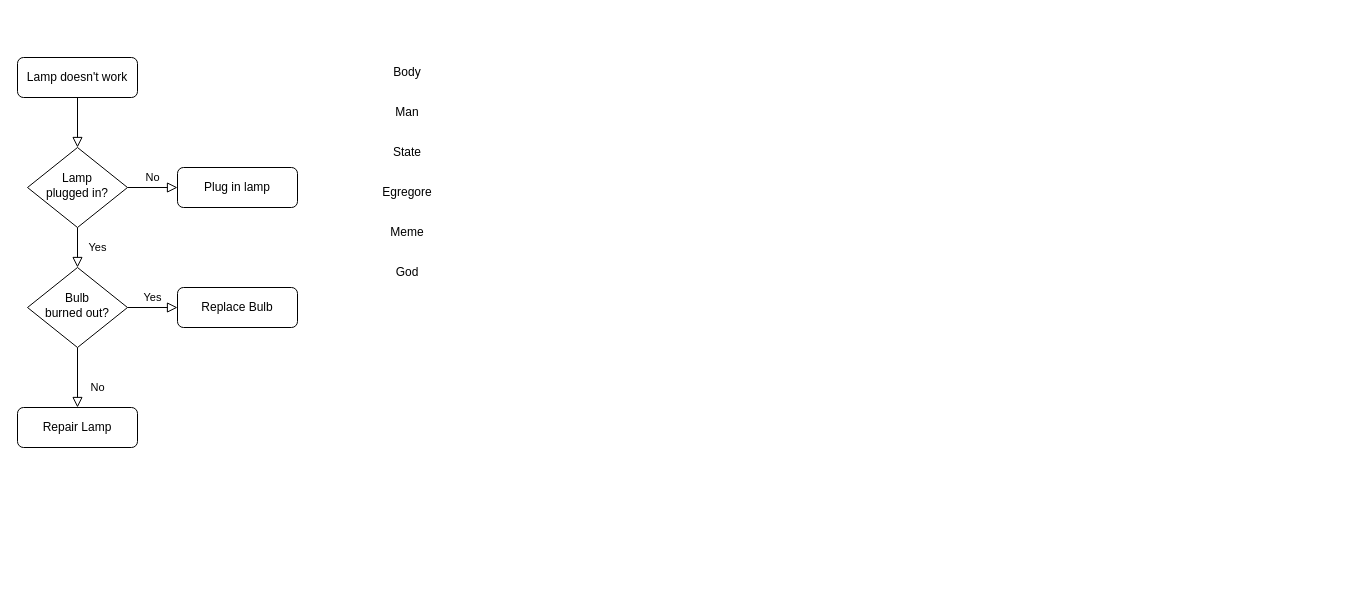
Magiferex/philosophy keeps this draw.io diagram as my_thoughts.drawio. Above is the earlier version. Source tidied: cells renumbered, new cells numbered last; positions are measured from the earlier drawing's top-left corner, leaving out a move shared by most shapes. Both pictures are drawn from the tidied source at 100%, with x=0, y=0 at pixel (17, 57).
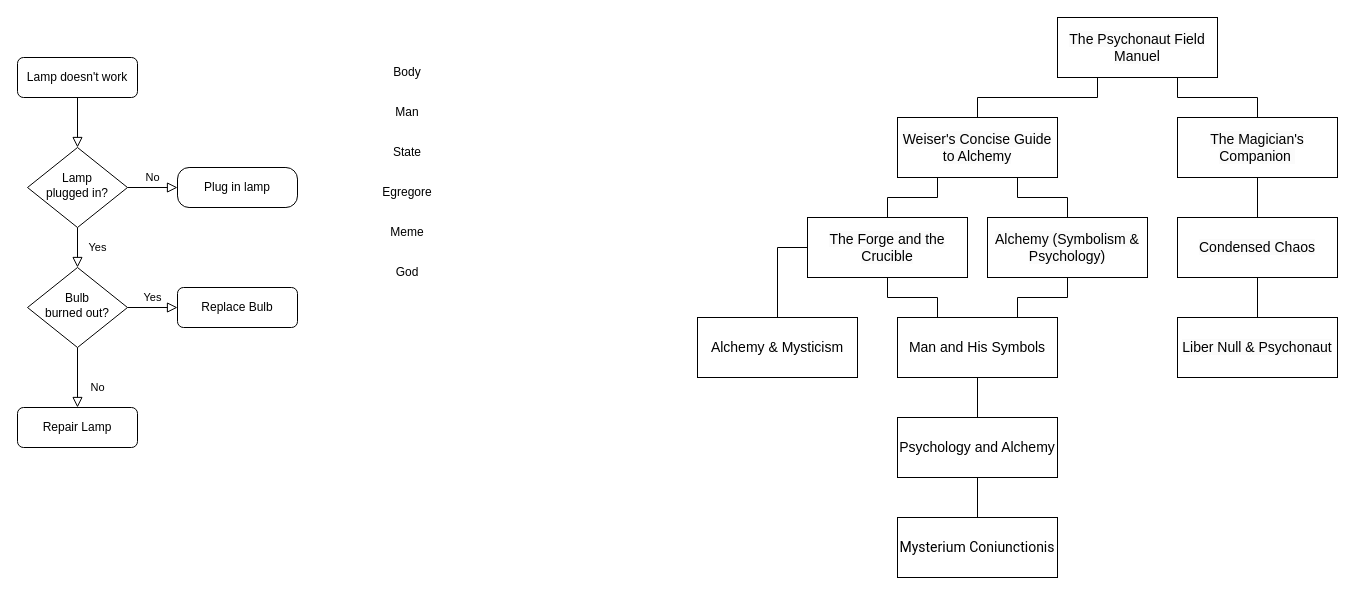
Above is the later version.

What changed in the source:
```diff
@@
-    <mxCell id="7" value="Plug in lamp" style="rounded=1;whiteSpace=wrap;html=1;fontSize=12;glass=0;strokeWidth=1;shadow=0;" parent="1" vertex="1">
+    <mxCell id="7" value="Plug in lamp" style="rounded=1;whiteSpace=wrap;html=1;fontSize=12;glass=0;strokeWidth=1;shadow=0;arcSize=29;" parent="1" vertex="1">
       <mxGeometry x="160" y="110" width="120" height="40" as="geometry" />
     </mxCell>
@@
+    <mxCell id="19" value="&lt;span style=&quot;caret-color: rgb(0, 0, 0); color: rgb(0, 0, 0); font-family: Helvetica; font-size: 14px; font-style: normal; font-variant-caps: normal; font-weight: 400; letter-spacing: normal; orphans: auto; text-align: center; text-indent: 0px; text-transform: none; white-space: normal; widows: auto; word-spacing: 0px; -webkit-text-stroke-width: 0px; background-color: rgb(251, 251, 251); text-decoration: none; display: inline !important; float: none;&quot;&gt;The Psychonaut Field Manuel&lt;/span&gt;" style="rounded=0;whiteSpace=wrap;html=1;points=[[0,0,0,0,0],[0,0.25,0,0,0],[0,0.5,0,0,0],[0,0.75,0,0,0],[0,1,0,0,0],[0.25,0,0,0,0],[0.25,1,0,0,0],[0.5,0,0,0,0],[0.5,1,0,0,0],[0.75,0,0,0,0],[0.75,1,0,0,0],[1,0,0,0,0],[1,0.25,0,0,0],[1,0.5,0,0,0],[1,0.75,0,0,0],[1,1,0,0,0]];" parent="1" vertex="1">
+      <mxGeometry x="1040" y="-40" width="160" height="60" as="geometry" />
+    </mxCell>
+    <mxCell id="20" value="&lt;span style=&quot;caret-color: rgb(0, 0, 0); color: rgb(0, 0, 0); font-family: Helvetica; font-size: 14px; font-style: normal; font-variant-caps: normal; font-weight: 400; letter-spacing: normal; orphans: auto; text-align: center; text-indent: 0px; text-transform: none; white-space: normal; widows: auto; word-spacing: 0px; -webkit-text-stroke-width: 0px; background-color: rgb(251, 251, 251); text-decoration: none; display: inline !important; float: none;&quot;&gt;Liber Null &amp;amp; Psychonaut&lt;/span&gt;" style="rounded=0;whiteSpace=wrap;html=1;" parent="1" vertex="1">
+      <mxGeometry x="1160" y="260" width="160" height="60" as="geometry" />
+    </mxCell>
+    <mxCell id="21" value="&lt;span style=&quot;caret-color: rgb(0, 0, 0); color: rgb(0, 0, 0); font-family: Helvetica; font-size: 14px; font-style: normal; font-variant-caps: normal; font-weight: 400; letter-spacing: normal; orphans: auto; text-align: center; text-indent: 0px; text-transform: none; white-space: normal; widows: auto; word-spacing: 0px; -webkit-text-stroke-width: 0px; background-color: rgb(251, 251, 251); text-decoration: none; display: inline !important; float: none;&quot;&gt;The Forge and the Crucible&lt;/span&gt;" style="rounded=0;whiteSpace=wrap;html=1;" parent="1" vertex="1">
+      <mxGeometry x="790" y="160" width="160" height="60" as="geometry" />
+    </mxCell>
+    <mxCell id="22" value="&lt;span style=&quot;caret-color: rgb(0, 0, 0); color: rgb(0, 0, 0); font-family: Helvetica; font-size: 14px; font-style: normal; font-variant-caps: normal; font-weight: 400; letter-spacing: normal; orphans: auto; text-align: center; text-indent: 0px; text-transform: none; white-space: normal; widows: auto; word-spacing: 0px; -webkit-text-stroke-width: 0px; background-color: rgb(251, 251, 251); text-decoration: none; display: inline !important; float: none;&quot;&gt;The Magician's Companion&amp;nbsp;&lt;/span&gt;" style="rounded=0;whiteSpace=wrap;html=1;" parent="1" vertex="1">
+      <mxGeometry x="1160" y="60" width="160" height="60" as="geometry" />
+    </mxCell>
+    <mxCell id="23" value="&lt;span style=&quot;font-size: 14px;&quot;&gt;Man and His Symbols&lt;/span&gt;" style="rounded=0;whiteSpace=wrap;html=1;" parent="1" vertex="1">
+      <mxGeometry x="880" y="260" width="160" height="60" as="geometry" />
+    </mxCell>
+    <mxCell id="24" value="&lt;span style=&quot;font-size: 14px;&quot;&gt;Psychology and Alchemy&lt;/span&gt;" style="rounded=0;whiteSpace=wrap;html=1;" parent="1" vertex="1">
+      <mxGeometry x="880" y="360" width="160" height="60" as="geometry" />
+    </mxCell>
+    <mxCell id="25" value="&lt;span style=&quot;caret-color: rgb(0, 0, 0); color: rgb(0, 0, 0); font-family: Helvetica; font-size: 14px; font-style: normal; font-variant-caps: normal; font-weight: 400; letter-spacing: normal; orphans: auto; text-align: center; text-indent: 0px; text-transform: none; white-space: normal; widows: auto; word-spacing: 0px; -webkit-text-stroke-width: 0px; background-color: rgb(251, 251, 251); text-decoration: none; display: inline !important; float: none;&quot;&gt;Weiser's Concise Guide to Alchemy&lt;/span&gt;" style="rounded=0;whiteSpace=wrap;html=1;" parent="1" vertex="1">
+      <mxGeometry x="880" y="60" width="160" height="60" as="geometry" />
+    </mxCell>
+    <mxCell id="26" value="&lt;span style=&quot;font-size: 14px;&quot;&gt;Alchemy &amp;amp; Mysticism&lt;/span&gt;" style="rounded=0;whiteSpace=wrap;html=1;" parent="1" vertex="1">
+      <mxGeometry x="680" y="260" width="160" height="60" as="geometry" />
+    </mxCell>
+    <mxCell id="27" style="endArrow=none;html=1;rounded=0;entryX=0;entryY=0.5;entryDx=0;entryDy=0;edgeStyle=orthogonalEdgeStyle;exitX=0.5;exitY=0;exitDx=0;exitDy=0;" parent="1" edge="1" source="26" target="21">
+      <mxGeometry relative="1" as="geometry" />
+    </mxCell>
+    <mxCell id="28" value="&lt;span style=&quot;caret-color: rgb(0, 0, 0); color: rgb(0, 0, 0); font-family: Helvetica; font-size: 14px; font-style: normal; font-variant-caps: normal; font-weight: 400; letter-spacing: normal; orphans: auto; text-align: center; text-indent: 0px; text-transform: none; white-space: normal; widows: auto; word-spacing: 0px; -webkit-text-stroke-width: 0px; background-color: rgb(251, 251, 251); text-decoration: none; display: inline !important; float: none;&quot;&gt;Condensed Chaos&lt;/span&gt;" style="rounded=0;whiteSpace=wrap;html=1;" parent="1" vertex="1">
+      <mxGeometry x="1160" y="160" width="160" height="60" as="geometry" />
+    </mxCell>
+    <mxCell id="29" style="endArrow=none;html=1;rounded=0;entryX=0.25;entryY=1;entryDx=0;entryDy=0;entryPerimeter=0;exitX=0.5;exitY=0;exitDx=0;exitDy=0;edgeStyle=orthogonalEdgeStyle;" parent="1" edge="1" source="25" target="19">
+      <mxGeometry relative="1" as="geometry" />
+    </mxCell>
+    <mxCell id="30" style="endArrow=none;html=1;rounded=0;entryX=0.75;entryY=1;entryDx=0;entryDy=0;entryPerimeter=0;exitX=0.5;exitY=0;exitDx=0;exitDy=0;edgeStyle=orthogonalEdgeStyle;" parent="1" edge="1" source="22" target="19">
+      <mxGeometry relative="1" as="geometry" />
+    </mxCell>
+    <mxCell id="31" value="&lt;span style=&quot;caret-color: rgb(0, 0, 0); color: rgb(0, 0, 0); font-family: Helvetica; font-size: 14px; font-style: normal; font-variant-caps: normal; font-weight: 400; letter-spacing: normal; orphans: auto; text-align: center; text-indent: 0px; text-transform: none; white-space: normal; widows: auto; word-spacing: 0px; -webkit-text-stroke-width: 0px; background-color: rgb(251, 251, 251); text-decoration: none; display: inline !important; float: none;&quot;&gt;Alchemy (Symbolism &amp;amp; Psychology)&lt;/span&gt;" style="rounded=0;whiteSpace=wrap;html=1;" parent="1" vertex="1">
+      <mxGeometry x="970" y="160" width="160" height="60" as="geometry" />
+    </mxCell>
+    <mxCell id="32" style="endArrow=none;html=1;rounded=0;entryX=0.25;entryY=1;entryDx=0;entryDy=0;exitX=0.5;exitY=0;exitDx=0;exitDy=0;edgeStyle=orthogonalEdgeStyle;" parent="1" edge="1" source="21" target="25">
+      <mxGeometry relative="1" as="geometry" />
+    </mxCell>
+    <mxCell id="33" style="endArrow=none;html=1;rounded=0;entryX=0.5;entryY=0;entryDx=0;entryDy=0;exitX=0.75;exitY=1;exitDx=0;exitDy=0;edgeStyle=orthogonalEdgeStyle;" parent="1" edge="1" source="25" target="31">
+      <mxGeometry relative="1" as="geometry" />
+    </mxCell>
+    <mxCell id="34" style="endArrow=none;html=1;rounded=0;entryX=0.25;entryY=0;entryDx=0;entryDy=0;exitX=0.5;exitY=1;exitDx=0;exitDy=0;edgeStyle=orthogonalEdgeStyle;" parent="1" edge="1" source="21" target="23">
+      <mxGeometry relative="1" as="geometry">
+        <Array as="points">
+          <mxPoint x="870" y="240" />
+          <mxPoint x="920" y="240" />
+        </Array>
+      </mxGeometry>
+    </mxCell>
+    <mxCell id="35" style="endArrow=none;html=1;rounded=0;entryX=0.5;entryY=1;entryDx=0;entryDy=0;exitX=0.5;exitY=0;exitDx=0;exitDy=0;" parent="1" edge="1" source="24" target="23">
+      <mxGeometry relative="1" as="geometry" />
+    </mxCell>
+    <mxCell id="36" style="endArrow=none;html=1;rounded=0;entryX=0.75;entryY=0;entryDx=0;entryDy=0;edgeStyle=orthogonalEdgeStyle;exitX=0.5;exitY=1;exitDx=0;exitDy=0;" parent="1" edge="1" source="31" target="23">
+      <mxGeometry relative="1" as="geometry">
+        <Array as="points">
+          <mxPoint x="1050" y="240" />
+          <mxPoint x="1000" y="240" />
+        </Array>
+      </mxGeometry>
+    </mxCell>
+    <mxCell id="37" style="endArrow=none;html=1;rounded=0;exitX=0.5;exitY=0;exitDx=0;exitDy=0;entryX=0.5;entryY=1;entryDx=0;entryDy=0;" parent="1" edge="1" source="28" target="22">
+      <mxGeometry relative="1" as="geometry" />
+    </mxCell>
+    <mxCell id="38" style="endArrow=none;html=1;rounded=0;exitX=0.5;exitY=0;exitDx=0;exitDy=0;entryX=0.5;entryY=1;entryDx=0;entryDy=0;" parent="1" edge="1" source="20" target="28">
+      <mxGeometry relative="1" as="geometry" />
+    </mxCell>
+    <mxCell id="39" value="&lt;p&gt;&lt;span style=&quot;text-align: start; white-space: pre-wrap; caret-color: rgb(255, 255, 255); font-family: Roboto, Arial, sans-serif; font-size: 14px; background-color: rgba(255, 255, 255, 0.1);&quot;&gt;Mysterium Coniunctionis&lt;/span&gt;&lt;/p&gt;" style="rounded=0;whiteSpace=wrap;html=1;" parent="1" vertex="1">
+      <mxGeometry x="880" y="460" width="160" height="60" as="geometry" />
+    </mxCell>
+    <mxCell id="40" style="endArrow=none;html=1;rounded=0;exitX=0.5;exitY=0;exitDx=0;exitDy=0;entryX=0.5;entryY=1;entryDx=0;entryDy=0;" parent="1" edge="1" source="39" target="24">
+      <mxGeometry relative="1" as="geometry" />
+    </mxCell>
```
